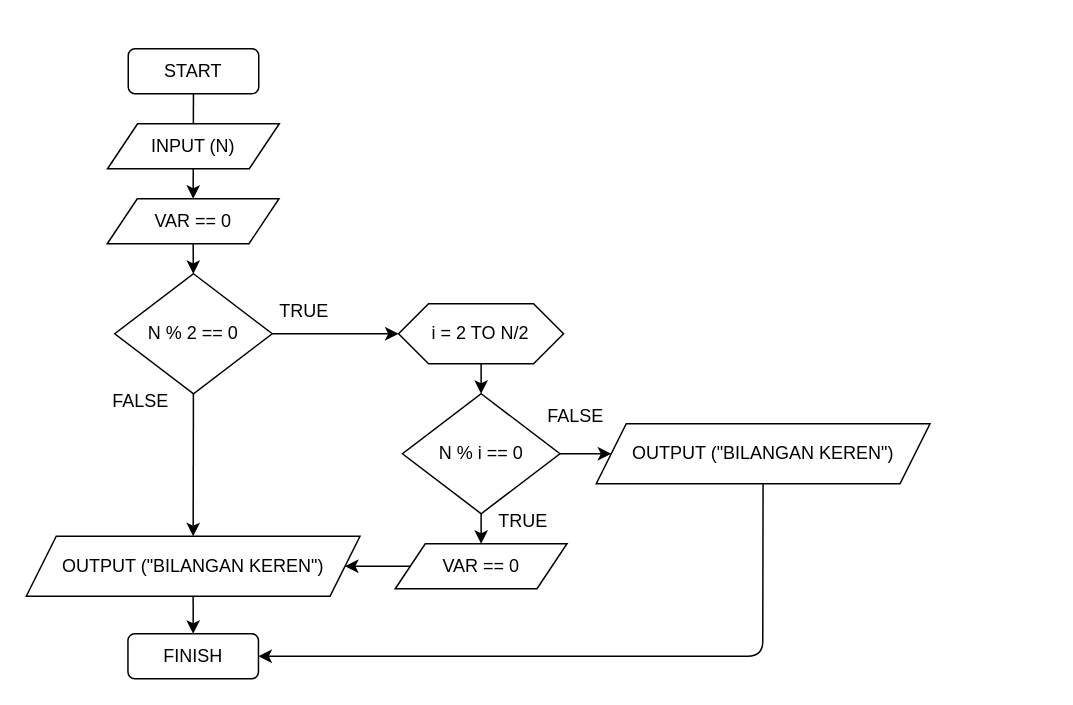
Earlier version of the draw.io diagram problem1/bilangan_keren.drawio (ALTA-D3-Ihsan-12agus1998/Basic-Programming-Part1). Source tidied: cells renumbered, new cells numbered last; positions are measured from the earlier drawing's top-left corner, leaving out a move shared by most shapes. Both pictures are drawn from the tidied source at 150%, with x=0, y=0 at pixel (26, 48).
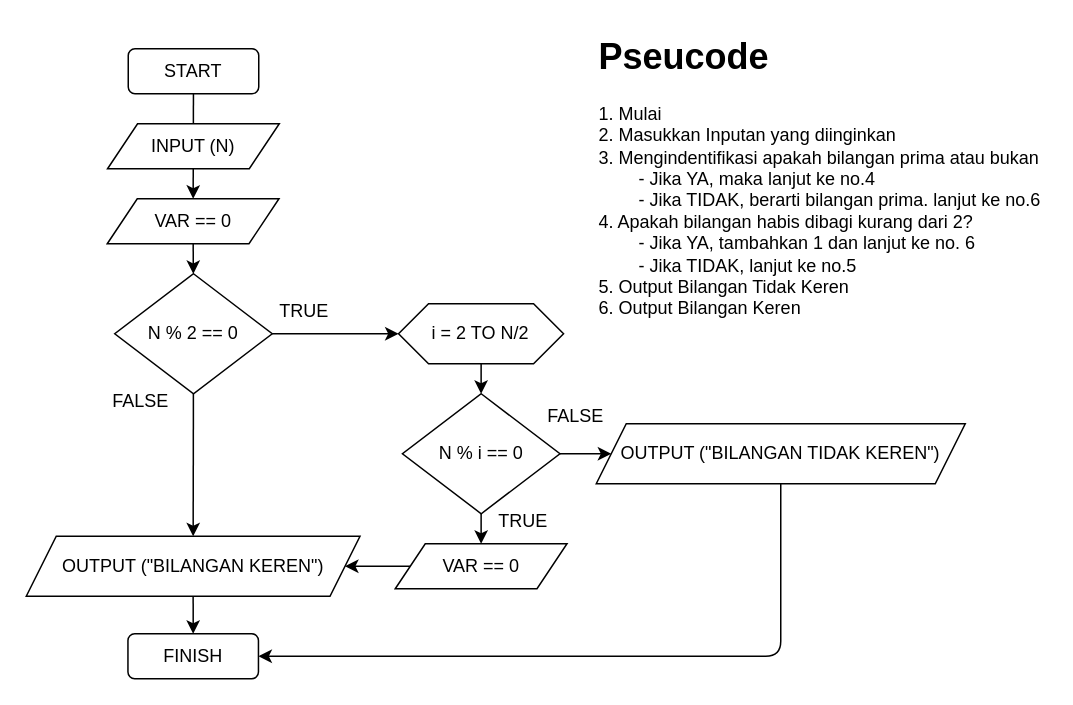
The same diagram, later.

Unchanged cells that the change refers to:
```xml
<mxCell id="23" value="FINISH" style="rounded=1;whiteSpace=wrap;html=1;" parent="1" vertex="1">
  <mxGeometry x="67.8" y="390" width="87" height="30" as="geometry" />
</mxCell>
```

Change to the diagram source:
```diff
@@
     <mxCell id="21" style="edgeStyle=none;html=1;entryX=1;entryY=0.5;entryDx=0;entryDy=0;" parent="1" edge="1" source="22" target="23">
       <mxGeometry relative="1" as="geometry">
         <Array as="points">
-          <mxPoint x="491" y="405" />
+          <mxPoint x="503" y="405" />
         </Array>
       </mxGeometry>
     </mxCell>
-    <mxCell id="22" value="OUTPUT (&quot;BILANGAN KEREN&quot;)" style="shape=parallelogram;perimeter=parallelogramPerimeter;whiteSpace=wrap;html=1;fixedSize=1;" parent="1" vertex="1">
-      <mxGeometry x="380" y="250" width="222.5" height="40" as="geometry" />
+    <mxCell id="22" value="OUTPUT (&quot;BILANGAN TIDAK KEREN&quot;)" style="shape=parallelogram;perimeter=parallelogramPerimeter;whiteSpace=wrap;html=1;fixedSize=1;" parent="1" vertex="1">
+      <mxGeometry x="380" y="250" width="246" height="40" as="geometry" />
     </mxCell>
@@
+    <mxCell id="26" value="&lt;h1 style=&quot;margin-top: 0px;&quot;&gt;Pseucode&lt;/h1&gt;&lt;div&gt;1. Mulai&lt;/div&gt;&lt;div&gt;2. Masukkan Inputan yang diinginkan&lt;/div&gt;&lt;div&gt;&lt;span style=&quot;background-color: initial;&quot;&gt;3. Mengindentifikasi apakah bilangan prima atau bukan&lt;/span&gt;&lt;br&gt;&lt;/div&gt;&lt;div&gt;&lt;span style=&quot;white-space: pre;&quot;&gt;&#9;&lt;/span&gt;- Jika YA, maka lanjut ke no.4&lt;br&gt;&lt;/div&gt;&lt;div&gt;&lt;span style=&quot;white-space: pre;&quot;&gt;&#9;&lt;/span&gt;- Jika TIDAK, berarti bilangan prima. lanjut ke no.6&lt;br&gt;&lt;/div&gt;&lt;div&gt;4. Apakah bilangan habis dibagi kurang dari 2?&lt;/div&gt;&lt;div&gt;&lt;span style=&quot;white-space: pre;&quot;&gt;&#9;&lt;/span&gt;- Jika YA, tambahkan 1 dan lanjut ke no. 6&lt;br&gt;&lt;/div&gt;&lt;div&gt;&lt;span style=&quot;white-space: pre;&quot;&gt;&#9;&lt;/span&gt;- Jika TIDAK, lanjut ke no.5&lt;/div&gt;&lt;div&gt;5. Output Bilangan Tidak Keren&lt;/div&gt;&lt;div&gt;6. Output Bilangan Keren&lt;/div&gt;" style="text;html=1;whiteSpace=wrap;overflow=hidden;rounded=0;" parent="1" vertex="1">
+      <mxGeometry x="380" y="-15" width="300" height="205" as="geometry" />
+    </mxCell>
```
